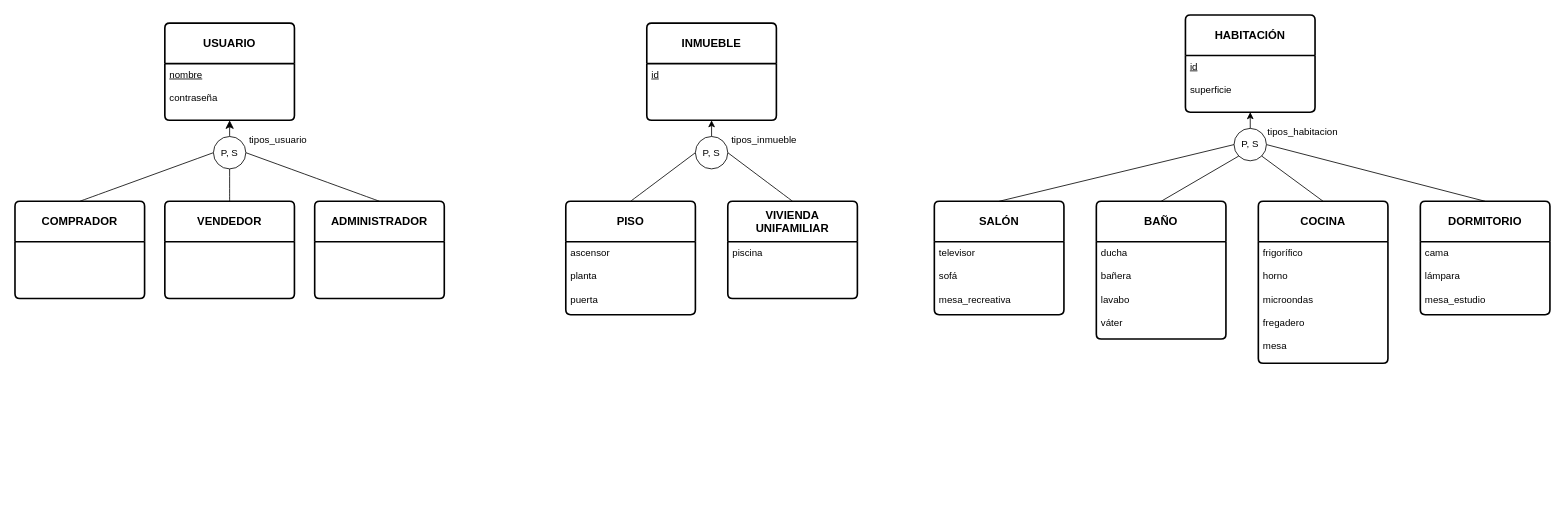
Earlier version of the draw.io diagram docs/modelos_datos/entidad_relacion.drawio (PobladoRestringido/prog2-25-B2). Source tidied: cells renumbered, new cells numbered last; positions are measured from the earlier drawing's top-left corner, leaving out a move shared by most shapes. Both pictures are drawn from the tidied source at 81%, with x=0, y=0 at pixel (15, 15).
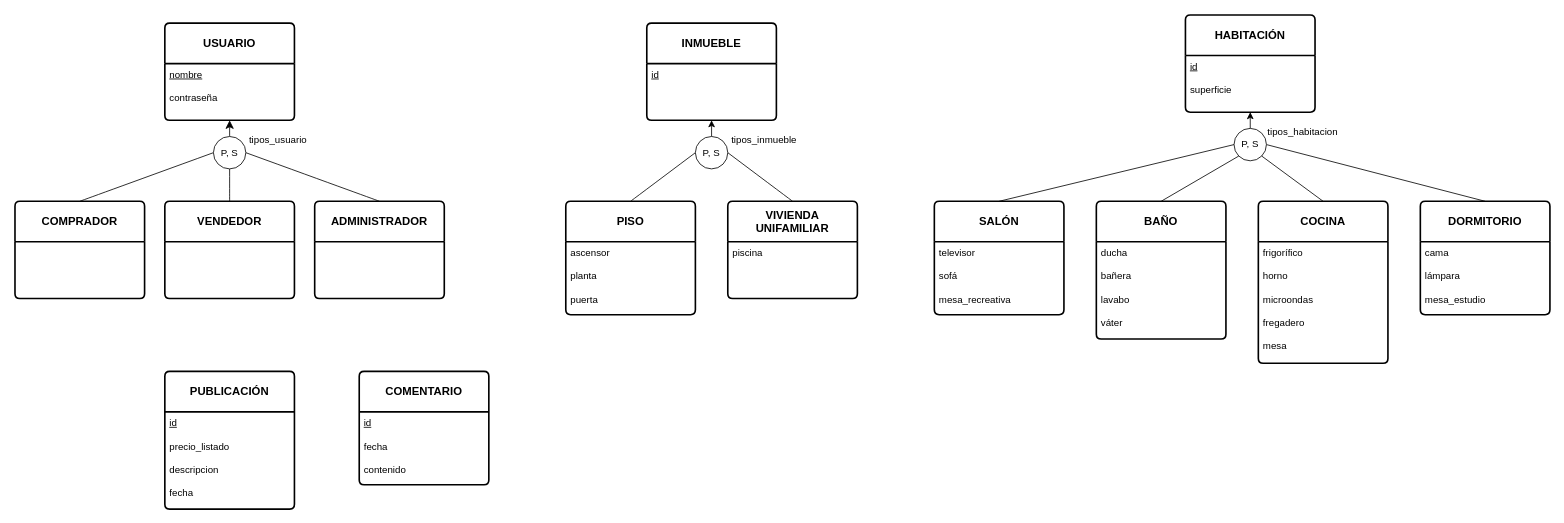
After the change.

Commit message:
Añadidos 'publicación' y 'comentario'

The edit, as a diff of the source:
```diff
@@
+    <mxCell id="41" value="&lt;b&gt;PUBLICACIÓN&lt;/b&gt;" style="swimlane;horizontal=1;startSize=50;rounded=1;fontSize=14;fontStyle=0;strokeWidth=2;shadow=0;dashed=0;align=center;arcSize=4;whiteSpace=wrap;html=1;" parent="1" vertex="1">
+      <mxGeometry x="185" y="440" width="160" height="170" as="geometry" />
+    </mxCell>
+    <mxCell id="42" value="&lt;u&gt;id&lt;/u&gt;&lt;br&gt;&lt;br&gt;&lt;div&gt;precio_listado&lt;/div&gt;&lt;div&gt;&lt;br&gt;&lt;/div&gt;&lt;div&gt;descripcion&lt;/div&gt;&lt;div&gt;&lt;br&gt;&lt;/div&gt;&lt;div&gt;fecha&lt;/div&gt;" style="align=left;strokeColor=none;fillColor=none;spacingLeft=4;spacingRight=4;fontSize=12;verticalAlign=top;html=1;whiteSpace=wrap;" parent="41" vertex="1">
+      <mxGeometry y="50" width="160" height="120" as="geometry" />
+    </mxCell>
+    <mxCell id="43" value="&lt;b&gt;COMENTARIO&lt;/b&gt;" style="swimlane;horizontal=1;startSize=50;rounded=1;fontSize=14;fontStyle=0;strokeWidth=2;shadow=0;dashed=0;align=center;arcSize=4;whiteSpace=wrap;html=1;" parent="1" vertex="1">
+      <mxGeometry x="425" y="440" width="160" height="140" as="geometry" />
+    </mxCell>
+    <mxCell id="44" value="&lt;u&gt;id&lt;/u&gt;&lt;br&gt;&lt;br&gt;&lt;div&gt;fecha&lt;/div&gt;&lt;div&gt;&lt;br&gt;&lt;/div&gt;&lt;div&gt;contenido&lt;/div&gt;&lt;div&gt;&lt;br&gt;&lt;/div&gt;" style="align=left;strokeColor=none;fillColor=none;spacingLeft=4;spacingRight=4;fontSize=12;verticalAlign=top;html=1;whiteSpace=wrap;" parent="43" vertex="1">
+      <mxGeometry y="50" width="160" height="90" as="geometry" />
+    </mxCell>
```
